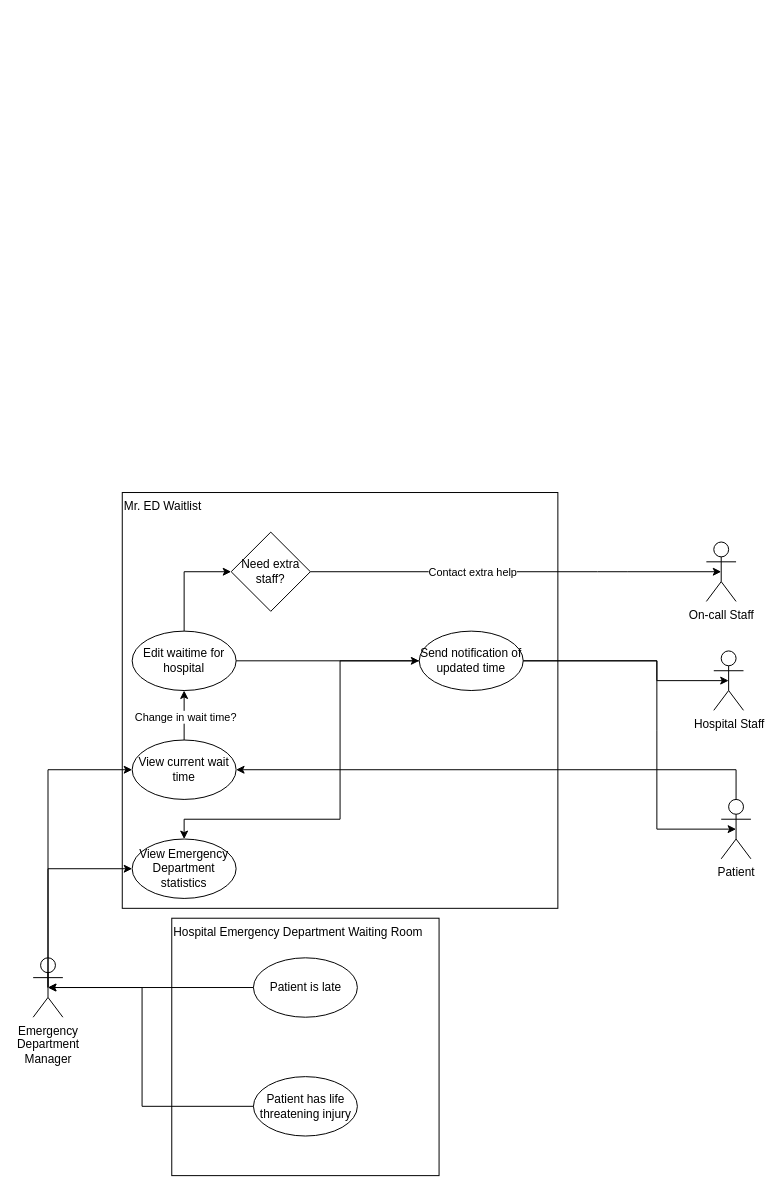
The draw.io diagram EliorWork/drawios/ED_Manager_UseCaseDiagram.drawio in SENG-350-2024-fall/Team9, before the edit. Source tidied: cells renumbered, new cells numbered last; positions are measured from the earlier drawing's top-left corner, leaving out a move shared by most shapes. Both pictures are drawn from the tidied source at 99%, with x=0, y=0 at pixel (33, 492).
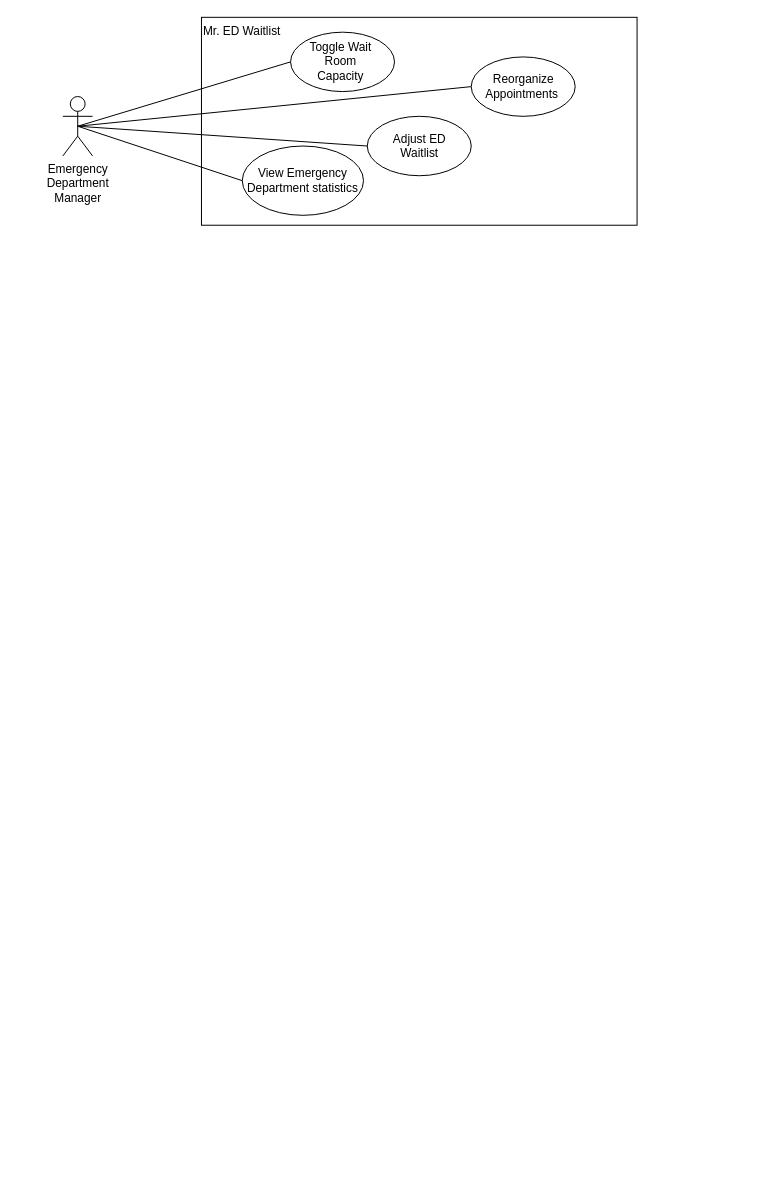
Above is the later version.

Change to the diagram source:
```diff
@@
     <mxCell id="2" value="Mr. ED Waitlist&lt;br&gt;&lt;div&gt;&lt;br&gt;&lt;/div&gt;" style="rounded=0;whiteSpace=wrap;html=1;fillColor=none;align=left;verticalAlign=top;" parent="1" vertex="1">
-      <mxGeometry x="90" width="440" height="420" as="geometry" />
+      <mxGeometry x="170" y="-480" width="440" height="210" as="geometry" />
     </mxCell>
-    <mxCell id="3" value="Hospital Emergency Department Waiting Room" style="rounded=0;whiteSpace=wrap;html=1;fillColor=none;align=left;verticalAlign=top;" parent="1" vertex="1">
-      <mxGeometry x="140" y="430" width="270" height="260" as="geometry" />
-    </mxCell>
+    <mxCell id="29" style="rounded=0;jettySize=auto;html=1;entryX=0;entryY=0.5;entryDx=0;entryDy=0;exitX=0.5;exitY=0.5;exitDx=0;exitDy=0;exitPerimeter=0;endArrow=none;endFill=0;" parent="1" edge="1" source="4" target="7">
+      <mxGeometry relative="1" as="geometry" />
+    </mxCell>
+    <mxCell id="30" style="rounded=0;jettySize=auto;html=1;entryX=0;entryY=0.5;entryDx=0;entryDy=0;exitX=0.5;exitY=0.5;exitDx=0;exitDy=0;exitPerimeter=0;endArrow=none;endFill=0;" parent="1" edge="1" source="4" target="17">
+      <mxGeometry relative="1" as="geometry" />
+    </mxCell>
     <mxCell id="4" value="&lt;div&gt;Emergency&lt;/div&gt;&lt;div&gt;Department&lt;/div&gt;&lt;div&gt;Manager&lt;br&gt;&lt;/div&gt;" style="shape=umlActor;verticalLabelPosition=bottom;verticalAlign=top;html=1;outlineConnect=0;align=center;" parent="1" vertex="1">
-      <mxGeometry y="470" width="30" height="60" as="geometry" />
+      <mxGeometry x="30" y="-400" width="30" height="60" as="geometry" />
     </mxCell>
-    <mxCell id="5" value="Patient is late" style="ellipse;whiteSpace=wrap;html=1;" parent="1" vertex="1">
-      <mxGeometry x="222.5" y="470" width="105" height="60" as="geometry" />
-    </mxCell>
-    <mxCell id="6" style="edgeStyle=orthogonalEdgeStyle;rounded=0;jettySize=auto;html=1;exitX=0.5;exitY=0;exitDx=0;exitDy=0;entryX=0;entryY=0.5;entryDx=0;entryDy=0;" parent="1" edge="1" source="7" target="24">
-      <mxGeometry relative="1" as="geometry" />
-    </mxCell>
-    <mxCell id="7" value="Edit waitime for hospital" style="ellipse;whiteSpace=wrap;html=1;" parent="1" vertex="1">
-      <mxGeometry x="100" y="140" width="105" height="60" as="geometry" />
+    <mxCell id="7" value="Reorganize Appointments&amp;nbsp;" style="ellipse;whiteSpace=wrap;html=1;" parent="1" vertex="1">
+      <mxGeometry x="442.5" y="-440" width="105" height="60" as="geometry" />
     </mxCell>
-    <mxCell id="8" value="Patient has life threatening injury" style="ellipse;whiteSpace=wrap;html=1;" parent="1" vertex="1">
-      <mxGeometry x="222.5" y="590" width="105" height="60" as="geometry" />
-    </mxCell>
-    <mxCell id="9" style="endArrow=classic;html=1;rounded=0;exitX=0.5;exitY=0.5;exitDx=0;exitDy=0;exitPerimeter=0;entryX=0;entryY=0.5;entryDx=0;entryDy=0;" parent="1" edge="1" source="4" target="15">
-      <mxGeometry relative="1" as="geometry">
-        <Array as="points">
-          <mxPoint x="15" y="280" />
-        </Array>
-      </mxGeometry>
+    <mxCell id="9" style="endArrow=none;html=1;rounded=0;exitX=0.5;exitY=0.5;exitDx=0;exitDy=0;exitPerimeter=0;entryX=0;entryY=0.5;entryDx=0;entryDy=0;endFill=0;" parent="1" edge="1" source="4" target="15">
+      <mxGeometry relative="1" as="geometry" />
     </mxCell>
-    <mxCell id="10" value="Patient" style="shape=umlActor;verticalLabelPosition=bottom;verticalAlign=top;html=1;outlineConnect=0;align=center;" parent="1" vertex="1">
-      <mxGeometry x="695" y="310" width="30" height="60" as="geometry" />
-    </mxCell>
-    <mxCell id="11" style="endArrow=classic;html=1;rounded=0;entryX=1;entryY=0.5;entryDx=0;entryDy=0;" parent="1" edge="1" source="10" target="15">
-      <mxGeometry relative="1" as="geometry">
-        <Array as="points">
-          <mxPoint x="710" y="280" />
-          <mxPoint x="630" y="280" />
-        </Array>
-      </mxGeometry>
-    </mxCell>
-    <mxCell id="12" value="Hospital Staff" style="shape=umlActor;verticalLabelPosition=bottom;verticalAlign=top;html=1;outlineConnect=0;" parent="1" vertex="1">
-      <mxGeometry x="687.5" y="160" width="30" height="60" as="geometry" />
-    </mxCell>
-    <mxCell id="13" style="endArrow=classic;html=1;rounded=0;exitX=0;exitY=0.5;exitDx=0;exitDy=0;entryX=0.5;entryY=0.5;entryDx=0;entryDy=0;entryPerimeter=0;" parent="1" edge="1" source="5" target="4">
-      <mxGeometry relative="1" as="geometry" />
-    </mxCell>
-    <mxCell id="14" style="endArrow=classic;html=1;rounded=0;entryX=0.5;entryY=0.5;entryDx=0;entryDy=0;entryPerimeter=0;exitX=1;exitY=0.5;exitDx=0;exitDy=0;" parent="1" edge="1" source="17" target="10">
-      <mxGeometry relative="1" as="geometry">
-        <Array as="points">
-          <mxPoint x="630" y="170" />
-          <mxPoint x="630" y="240" />
-          <mxPoint x="630" y="340" />
-        </Array>
-      </mxGeometry>
-    </mxCell>
-    <mxCell id="15" value="View current wait time" style="ellipse;whiteSpace=wrap;html=1;" parent="1" vertex="1">
-      <mxGeometry x="100" y="250" width="105" height="60" as="geometry" />
+    <mxCell id="15" value="Adjust ED&lt;div&gt;Waitlist&lt;/div&gt;" style="ellipse;whiteSpace=wrap;html=1;" parent="1" vertex="1">
+      <mxGeometry x="337.5" y="-380" width="105" height="60" as="geometry" />
     </mxCell>
-    <mxCell id="16" style="edgeStyle=orthogonalEdgeStyle;rounded=0;jettySize=auto;html=1;entryX=0.5;entryY=0;entryDx=0;entryDy=0;" parent="1" edge="1" source="17" target="22">
-      <mxGeometry relative="1" as="geometry">
-        <Array as="points">
-          <mxPoint x="310" y="330" />
-          <mxPoint x="152" y="330" />
-        </Array>
-      </mxGeometry>
-    </mxCell>
-    <mxCell id="17" value="Send notification of updated time " style="ellipse;whiteSpace=wrap;html=1;" parent="1" vertex="1">
-      <mxGeometry x="390" y="140" width="105" height="60" as="geometry" />
+    <mxCell id="17" value="Toggle Wait&amp;nbsp;&lt;div&gt;Room&amp;nbsp;&lt;div&gt;Capacity&amp;nbsp;&lt;/div&gt;&lt;/div&gt;" style="ellipse;whiteSpace=wrap;html=1;" parent="1" vertex="1">
+      <mxGeometry x="260" y="-465" width="105" height="60" as="geometry" />
     </mxCell>
-    <mxCell id="18" style="endArrow=classic;html=1;rounded=0;entryX=0;entryY=0.5;entryDx=0;entryDy=0;exitX=1;exitY=0.5;exitDx=0;exitDy=0;" parent="1" edge="1" source="7" target="17">
-      <mxGeometry relative="1" as="geometry" />
-    </mxCell>
-    <mxCell id="19" style="endArrow=classic;html=1;rounded=0;exitX=0.5;exitY=0;exitDx=0;exitDy=0;entryX=0.5;entryY=1;entryDx=0;entryDy=0;" parent="1" edge="1" source="15" target="7">
-      <mxGeometry relative="1" as="geometry" />
-    </mxCell>
-    <mxCell id="20" value="Change in wait time?" style="edgeLabel;html=1;align=center;verticalAlign=middle;" parent="19" vertex="1">
-      <mxGeometry x="-0.03" y="-1" relative="1" as="geometry" />
-    </mxCell>
-    <mxCell id="21" style="endArrow=classic;html=1;rounded=0;entryX=0.5;entryY=0.5;entryDx=0;entryDy=0;entryPerimeter=0;exitX=1;exitY=0.5;exitDx=0;exitDy=0;" parent="1" edge="1" source="17" target="12">
-      <mxGeometry relative="1" as="geometry">
-        <Array as="points">
-          <mxPoint x="630" y="170" />
-          <mxPoint x="630" y="190" />
-        </Array>
-      </mxGeometry>
-    </mxCell>
     <mxCell id="22" value="View Emergency Department statistics" style="ellipse;whiteSpace=wrap;html=1;" parent="1" vertex="1">
-      <mxGeometry x="100" y="350" width="105" height="60" as="geometry" />
+      <mxGeometry x="211.2" y="-350" width="122.5" height="70" as="geometry" />
     </mxCell>
-    <mxCell id="23" style="endArrow=classic;html=1;rounded=0;exitX=0.5;exitY=0.5;exitDx=0;exitDy=0;exitPerimeter=0;entryX=0;entryY=0.5;entryDx=0;entryDy=0;" parent="1" edge="1" source="4" target="22">
-      <mxGeometry relative="1" as="geometry">
-        <Array as="points">
-          <mxPoint x="15" y="380" />
-        </Array>
-      </mxGeometry>
+    <mxCell id="23" style="endArrow=none;html=1;rounded=0;exitX=0.5;exitY=0.5;exitDx=0;exitDy=0;exitPerimeter=0;entryX=0;entryY=0.5;entryDx=0;entryDy=0;endFill=0;" parent="1" edge="1" source="4" target="22">
+      <mxGeometry relative="1" as="geometry" />
     </mxCell>
-    <mxCell id="24" value="Need extra staff?" style="rhombus;whiteSpace=wrap;html=1;" parent="1" vertex="1">
-      <mxGeometry x="200" y="40" width="80" height="80" as="geometry" />
-    </mxCell>
-    <mxCell id="25" value="On-call Staff" style="shape=umlActor;verticalLabelPosition=bottom;verticalAlign=top;html=1;outlineConnect=0;" parent="1" vertex="1">
-      <mxGeometry x="680" y="50" width="30" height="60" as="geometry" />
-    </mxCell>
-    <mxCell id="26" style="endArrow=classic;html=1;rounded=0;entryX=0.5;entryY=0.5;entryDx=0;entryDy=0;entryPerimeter=0;exitX=1;exitY=0.5;exitDx=0;exitDy=0;" parent="1" edge="1" source="24" target="25">
-      <mxGeometry relative="1" as="geometry">
-        <Array as="points">
-          <mxPoint x="570" y="80" />
-          <mxPoint x="600" y="80" />
-        </Array>
-      </mxGeometry>
-    </mxCell>
-    <mxCell id="27" value="Contact extra help" style="edgeLabel;html=1;align=center;verticalAlign=middle;" parent="26" vertex="1">
-      <mxGeometry x="-0.61" y="-1" relative="1" as="geometry">
-        <mxPoint x="82" y="-1" as="offset" />
-      </mxGeometry>
-    </mxCell>
-    <mxCell id="28" style="endArrow=classic;html=1;rounded=0;exitX=0;exitY=0.5;exitDx=0;exitDy=0;entryX=0.5;entryY=0.5;entryDx=0;entryDy=0;entryPerimeter=0;" parent="1" edge="1" source="8" target="4">
-      <mxGeometry relative="1" as="geometry">
-        <Array as="points">
-          <mxPoint x="110" y="620" />
-          <mxPoint x="110" y="500" />
-        </Array>
-      </mxGeometry>
-    </mxCell>
```
